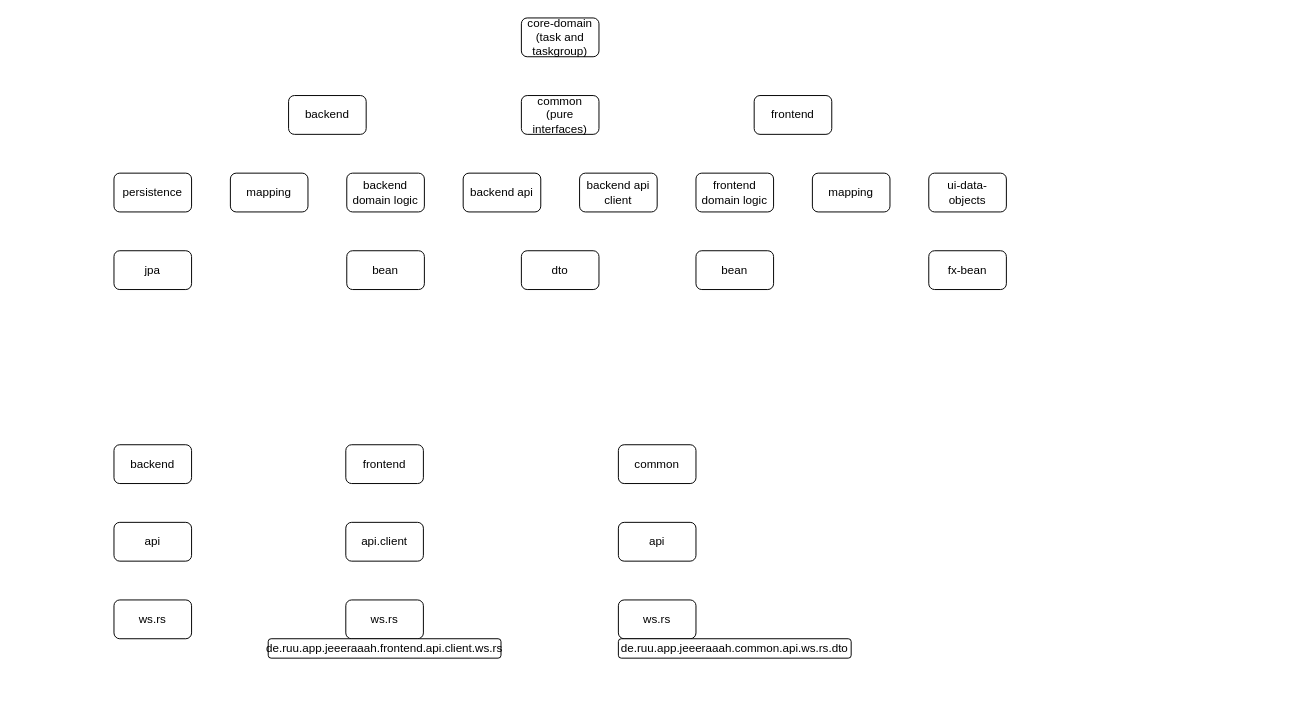
Before: doc/pic/domain components cut.drawio in r-uu/r-uu.codespace, a draw.io diagram. Source tidied: cells renumbered, new cells numbered last; positions are measured from the earlier drawing's top-left corner, leaving out a move shared by most shapes. Both pictures are drawn from the tidied source at 97%, with x=0, y=0 at pixel (113, 17).
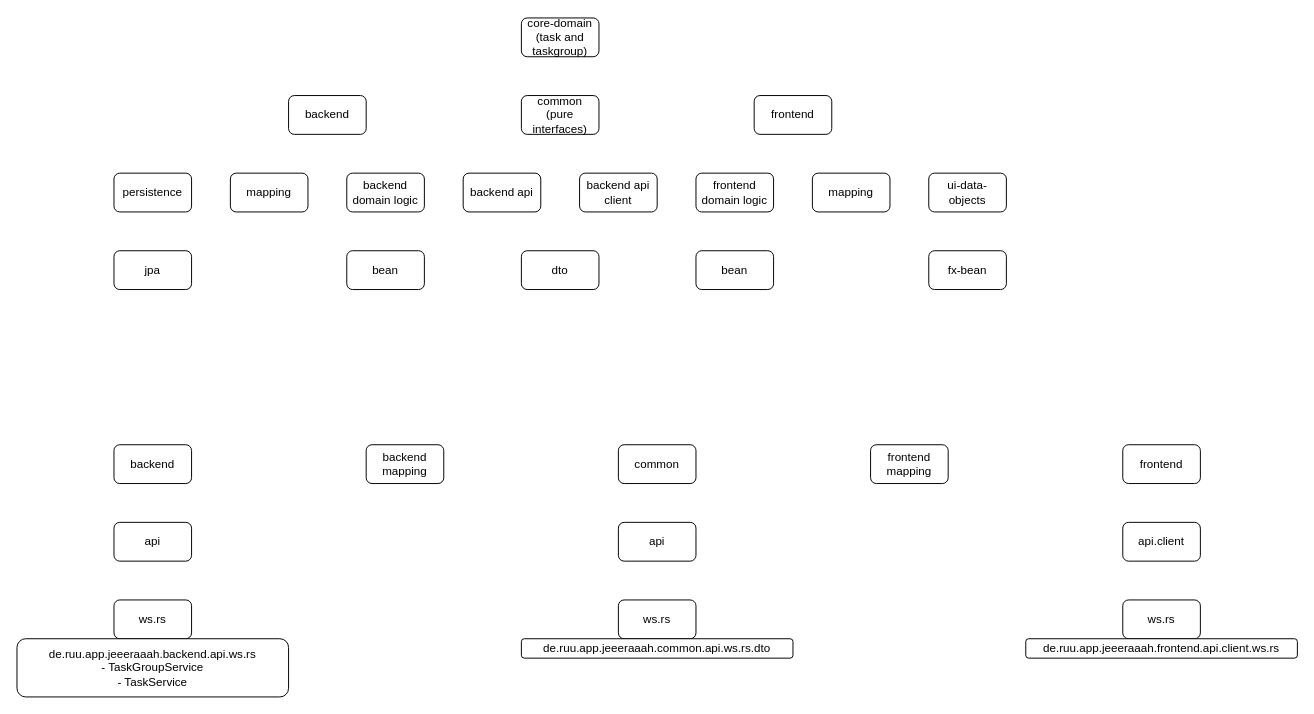
The same diagram, later.

The edit, as a diff of the source:
```diff
@@
     <mxCell id="22" value="frontend" style="rounded=1;whiteSpace=wrap;html=1;" parent="1" vertex="1">
-      <mxGeometry x="239" y="440" width="80" height="40" as="geometry" />
+      <mxGeometry x="1040" y="440" width="80" height="40" as="geometry" />
     </mxCell>
     <mxCell id="23" value="api.client" style="rounded=1;whiteSpace=wrap;html=1;" parent="1" vertex="1">
-      <mxGeometry x="239" y="520" width="80" height="40" as="geometry" />
+      <mxGeometry x="1040" y="520" width="80" height="40" as="geometry" />
     </mxCell>
     <mxCell id="24" value="ws.rs" style="rounded=1;whiteSpace=wrap;html=1;" parent="1" vertex="1">
-      <mxGeometry x="239" y="600" width="80" height="40" as="geometry" />
+      <mxGeometry x="1040" y="600" width="80" height="40" as="geometry" />
     </mxCell>
@@
     <mxCell id="28" value="de.ruu.app.jeeeraaah.common.api.ws.rs.dto" style="rounded=1;whiteSpace=wrap;html=1;" parent="1" vertex="1">
-      <mxGeometry x="520" y="640" width="240" height="20" as="geometry" />
+      <mxGeometry x="420" y="640" width="280" height="20" as="geometry" />
     </mxCell>
     <mxCell id="29" value="de.ruu.app.jeeeraaah.frontend.api.client.ws.rs" style="rounded=1;whiteSpace=wrap;html=1;" parent="1" vertex="1">
-      <mxGeometry x="159" y="640" width="240" height="20" as="geometry" />
+      <mxGeometry x="940" y="640" width="280" height="20" as="geometry" />
     </mxCell>
+    <mxCell id="30" value="de.ruu.app.jeeeraaah.backend.api.ws.rs&lt;div&gt;- TaskGroupService&lt;/div&gt;&lt;div&gt;- TaskService&lt;/div&gt;" style="rounded=1;whiteSpace=wrap;html=1;" parent="1" vertex="1">
+      <mxGeometry x="-100" y="640" width="280" height="60" as="geometry" />
+    </mxCell>
+    <mxCell id="31" value="backend&lt;br&gt;mapping" style="rounded=1;whiteSpace=wrap;html=1;" parent="1" vertex="1">
+      <mxGeometry x="260" y="440" width="80" height="40" as="geometry" />
+    </mxCell>
+    <mxCell id="32" value="frontend&lt;br&gt;mapping" style="rounded=1;whiteSpace=wrap;html=1;" parent="1" vertex="1">
+      <mxGeometry x="780" y="440" width="80" height="40" as="geometry" />
+    </mxCell>
```
